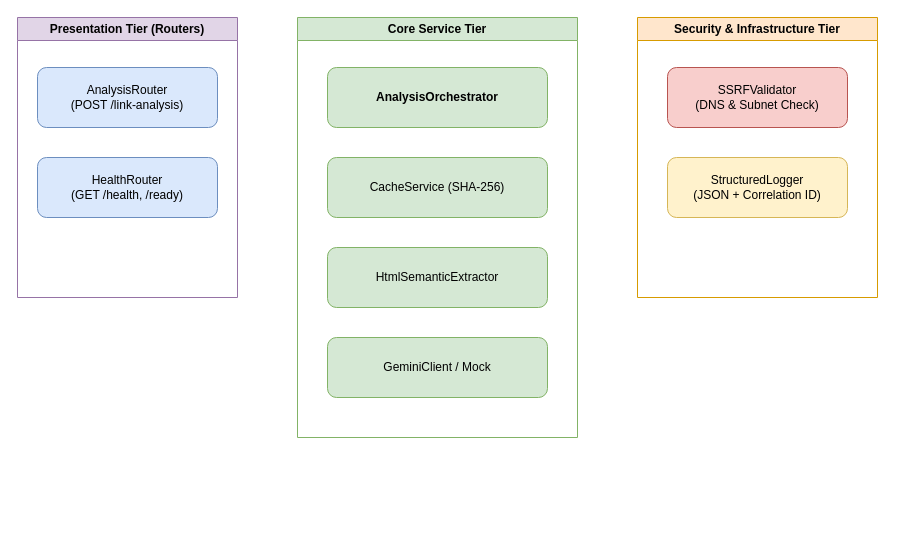
This is docs/diagrams/c4-component.drawio from piyushmakhija28/ai-link-analysis, a draw.io file, before an edit. Source tidied: cells renumbered, new cells numbered last; positions are measured from the earlier drawing's top-left corner, leaving out a move shared by most shapes. Both pictures are drawn from the tidied source at 100%, with x=0, y=0 at pixel (17, 17).
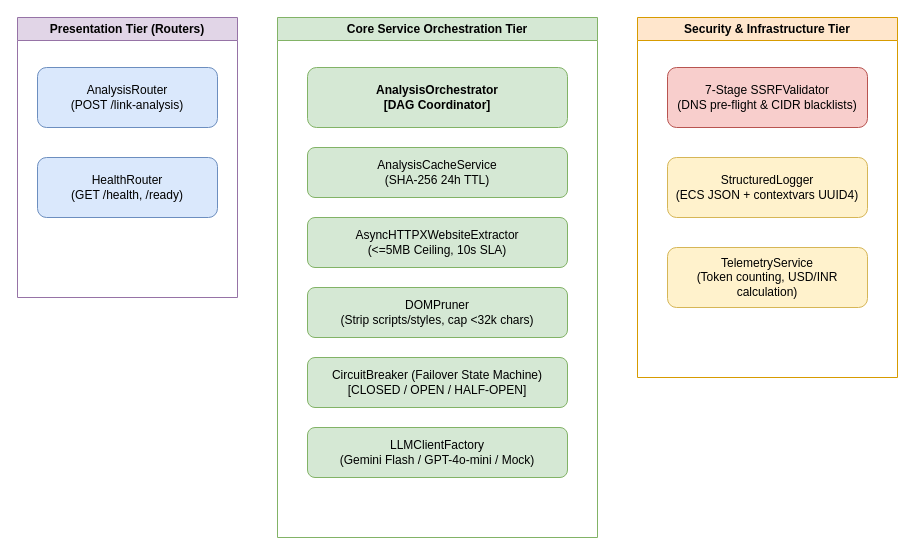
The same diagram, later.

Change to the diagram source:
```diff
@@
 <mxGraphModel>
   <root>
     <mxCell id="0" />
     <mxCell id="1" parent="0" />
     <mxCell id="2" value="Presentation Tier (Routers)" style="swimlane;whiteSpace=wrap;html=1;fillColor=#e1d5e7;strokeColor=#9673a6;" parent="1" vertex="1">
       <mxGeometry width="220" height="280" as="geometry" />
     </mxCell>
     <mxCell id="3" value="AnalysisRouter&#10;(POST /link-analysis)" style="rounded=1;whiteSpace=wrap;html=1;fillColor=#dae8fc;strokeColor=#6c8ebf;" parent="2" vertex="1">
       <mxGeometry x="20" y="50" width="180" height="60" as="geometry" />
     </mxCell>
     <mxCell id="4" value="HealthRouter&#10;(GET /health, /ready)" style="rounded=1;whiteSpace=wrap;html=1;fillColor=#dae8fc;strokeColor=#6c8ebf;" parent="2" vertex="1">
       <mxGeometry x="20" y="140" width="180" height="60" as="geometry" />
     </mxCell>
-    <mxCell id="5" value="Core Service Tier" style="swimlane;whiteSpace=wrap;html=1;fillColor=#d5e8d4;strokeColor=#82b366;" parent="1" vertex="1">
-      <mxGeometry x="280" width="280" height="420" as="geometry" />
+    <mxCell id="5" value="Core Service Orchestration Tier" style="swimlane;whiteSpace=wrap;html=1;fillColor=#d5e8d4;strokeColor=#82b366;" parent="1" vertex="1">
+      <mxGeometry x="260" width="320" height="520" as="geometry" />
     </mxCell>
-    <mxCell id="6" value="AnalysisOrchestrator" style="rounded=1;whiteSpace=wrap;html=1;fillColor=#d5e8d4;strokeColor=#82b366;fontStyle=1;" parent="5" vertex="1">
-      <mxGeometry x="30" y="50" width="220" height="60" as="geometry" />
+    <mxCell id="6" value="AnalysisOrchestrator&#10;[DAG Coordinator]" style="rounded=1;whiteSpace=wrap;html=1;fillColor=#d5e8d4;strokeColor=#82b366;fontStyle=1;" parent="5" vertex="1">
+      <mxGeometry x="30" y="50" width="260" height="60" as="geometry" />
     </mxCell>
-    <mxCell id="7" value="CacheService (SHA-256)" style="rounded=1;whiteSpace=wrap;html=1;fillColor=#d5e8d4;strokeColor=#82b366;" parent="5" vertex="1">
-      <mxGeometry x="30" y="140" width="220" height="60" as="geometry" />
+    <mxCell id="7" value="AnalysisCacheService&#10;(SHA-256 24h TTL)" style="rounded=1;whiteSpace=wrap;html=1;fillColor=#d5e8d4;strokeColor=#82b366;" parent="5" vertex="1">
+      <mxGeometry x="30" y="130" width="260" height="50" as="geometry" />
     </mxCell>
-    <mxCell id="8" value="HtmlSemanticExtractor" style="rounded=1;whiteSpace=wrap;html=1;fillColor=#d5e8d4;strokeColor=#82b366;" parent="5" vertex="1">
-      <mxGeometry x="30" y="230" width="220" height="60" as="geometry" />
+    <mxCell id="8" value="AsyncHTTPXWebsiteExtractor&#10;(&lt;=5MB Ceiling, 10s SLA)" style="rounded=1;whiteSpace=wrap;html=1;fillColor=#d5e8d4;strokeColor=#82b366;" parent="5" vertex="1">
+      <mxGeometry x="30" y="200" width="260" height="50" as="geometry" />
     </mxCell>
-    <mxCell id="9" value="GeminiClient / Mock" style="rounded=1;whiteSpace=wrap;html=1;fillColor=#d5e8d4;strokeColor=#82b366;" parent="5" vertex="1">
-      <mxGeometry x="30" y="320" width="220" height="60" as="geometry" />
-    </mxCell>
+    <mxCell id="13" value="DOMPruner&#10;(Strip scripts/styles, cap &lt;32k chars)" style="rounded=1;whiteSpace=wrap;html=1;fillColor=#d5e8d4;strokeColor=#82b366;" parent="5" vertex="1">
+      <mxGeometry x="30" y="270" width="260" height="50" as="geometry" />
+    </mxCell>
+    <mxCell id="14" value="CircuitBreaker (Failover State Machine)&#10;[CLOSED / OPEN / HALF-OPEN]" style="rounded=1;whiteSpace=wrap;html=1;fillColor=#d5e8d4;strokeColor=#82b366;" parent="5" vertex="1">
+      <mxGeometry x="30" y="340" width="260" height="50" as="geometry" />
+    </mxCell>
+    <mxCell id="15" value="LLMClientFactory&#10;(Gemini Flash / GPT-4o-mini / Mock)" style="rounded=1;whiteSpace=wrap;html=1;fillColor=#d5e8d4;strokeColor=#82b366;" parent="5" vertex="1">
+      <mxGeometry x="30" y="410" width="260" height="50" as="geometry" />
+    </mxCell>
     <mxCell id="10" value="Security &amp; Infrastructure Tier" style="swimlane;whiteSpace=wrap;html=1;fillColor=#ffe6cc;strokeColor=#d79b00;" parent="1" vertex="1">
-      <mxGeometry x="620" width="240" height="280" as="geometry" />
+      <mxGeometry x="620" width="260" height="360" as="geometry" />
     </mxCell>
-    <mxCell id="11" value="SSRFValidator&#10;(DNS &amp; Subnet Check)" style="rounded=1;whiteSpace=wrap;html=1;fillColor=#f8cecc;strokeColor=#b85450;" parent="10" vertex="1">
-      <mxGeometry x="30" y="50" width="180" height="60" as="geometry" />
+    <mxCell id="11" value="7-Stage SSRFValidator&#10;(DNS pre-flight &amp; CIDR blacklists)" style="rounded=1;whiteSpace=wrap;html=1;fillColor=#f8cecc;strokeColor=#b85450;" parent="10" vertex="1">
+      <mxGeometry x="30" y="50" width="200" height="60" as="geometry" />
     </mxCell>
-    <mxCell id="12" value="StructuredLogger&#10;(JSON + Correlation ID)" style="rounded=1;whiteSpace=wrap;html=1;fillColor=#fff2cc;strokeColor=#d6b656;" parent="10" vertex="1">
-      <mxGeometry x="30" y="140" width="180" height="60" as="geometry" />
+    <mxCell id="12" value="StructuredLogger&#10;(ECS JSON + contextvars UUID4)" style="rounded=1;whiteSpace=wrap;html=1;fillColor=#fff2cc;strokeColor=#d6b656;" parent="10" vertex="1">
+      <mxGeometry x="30" y="140" width="200" height="60" as="geometry" />
     </mxCell>
+    <mxCell id="16" value="TelemetryService&#10;(Token counting, USD/INR calculation)" style="rounded=1;whiteSpace=wrap;html=1;fillColor=#fff2cc;strokeColor=#d6b656;" parent="10" vertex="1">
+      <mxGeometry x="30" y="230" width="200" height="60" as="geometry" />
+    </mxCell>
   </root>
 </mxGraphModel>
```
